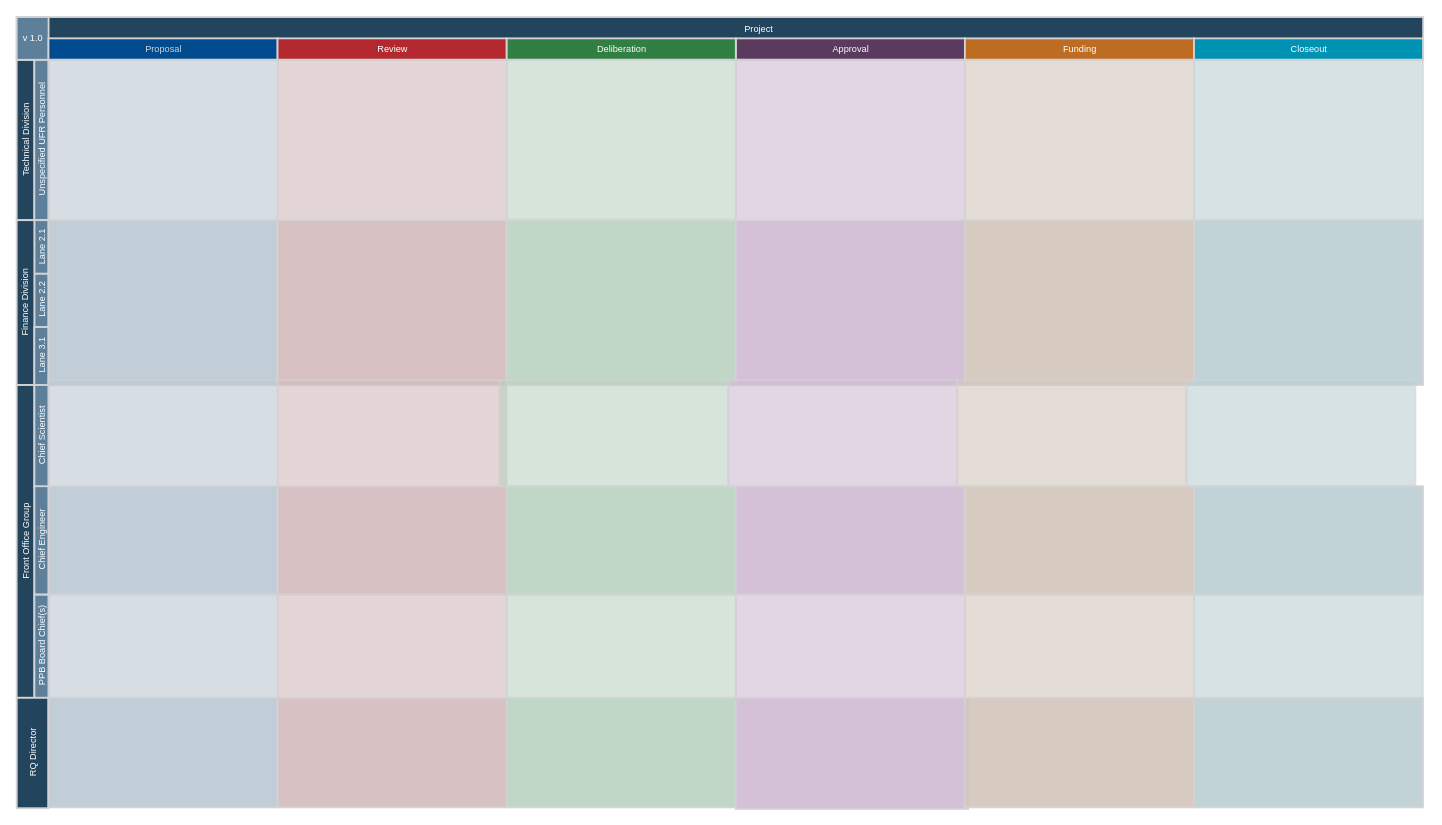
The draw.io diagram drawio/UFR_Process.drawio in mmister411/afrl, before the edit. Source tidied: cells renumbered, new cells numbered last; positions are measured from the earlier drawing's top-left corner, leaving out a move shared by most shapes. Both pictures are drawn from the tidied source at 92%, with x=0, y=0 at pixel (17, 17).
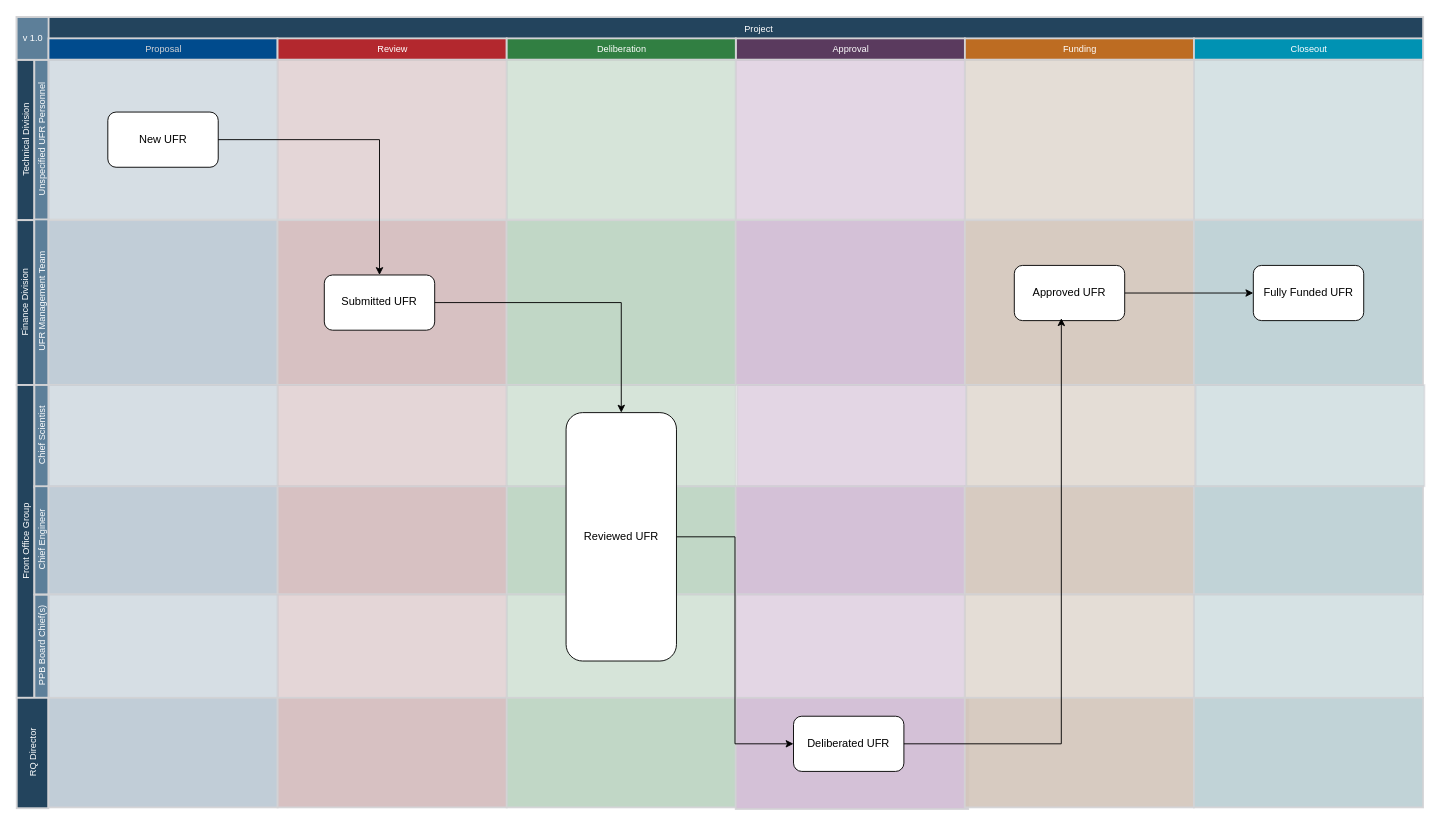
Above is the later version.

The change refers to these unchanged cells:
```xml
<mxCell id="23" style="group;" parent="1" vertex="1">
  <mxGeometry x="34.2" y="46.5" width="1494.2" height="173.5" as="geometry" />
</mxCell>
<mxCell id="30" style="group;" parent="1" vertex="1">
  <mxGeometry x="34.2" y="220.8" width="1494.1" height="179.2" as="geometry" />
</mxCell>
<mxCell id="58" style="group;" parent="1" vertex="1">
  <mxGeometry x="34.3" y="740" width="1494" height="120.9" as="geometry" />
</mxCell>
```

Change to the diagram source:
```diff
@@
-    <mxCell id="6" value="Lane 2.2" style="strokeColor=#d3d3d5;fillColor=#5d7f99;fontSize=10;strokeWidth=2;horizontal=0;fontFamily=Helvetica;html=1;labelBackgroundColor=none;fontColor=#FFFFFF;" parent="1" vertex="1">
-      <mxGeometry x="18.8" y="278.9" width="15.4" height="58.1" as="geometry" />
-    </mxCell>
-    <mxCell id="7" value="Lane 2.1" style="strokeColor=#d3d3d5;fillColor=#5d7f99;fontSize=10;strokeWidth=2;horizontal=0;fontFamily=Helvetica;html=1;labelBackgroundColor=none;fontColor=#FFFFFF;" parent="1" vertex="1">
-      <mxGeometry x="18.8" y="220.8" width="15.4" height="58.1" as="geometry" />
-    </mxCell>
@@
-    <mxCell id="9" value="Lane 3.1" style="strokeColor=#d3d3d5;fillColor=#5d7f99;fontSize=10;strokeWidth=2;horizontal=0;fontFamily=Helvetica;html=1;labelBackgroundColor=none;fontColor=#FFFFFF;" parent="1" vertex="1">
-      <mxGeometry x="18.8" y="337" width="15.4" height="63" as="geometry" />
+    <mxCell id="9" value="UFR Management Team" style="strokeColor=#d3d3d5;fillColor=#5d7f99;fontSize=10;strokeWidth=2;horizontal=0;fontFamily=Helvetica;html=1;labelBackgroundColor=none;fontColor=#FFFFFF;" parent="1" vertex="1">
+      <mxGeometry x="18.8" y="220" width="15.4" height="180" as="geometry" />
     </mxCell>
@@
+    <mxCell id="65" value="New UFR" style="rounded=1;whiteSpace=wrap;html=1;" parent="23" vertex="1">
+      <mxGeometry x="64.5" y="56.8" width="120" height="60" as="geometry" />
+    </mxCell>
@@
-    <mxCell id="37" style="group;" parent="1" vertex="1">
-      <mxGeometry x="34.2" y="395.1" width="1485.8" height="114.9" as="geometry" />
-    </mxCell>
-    <mxCell id="38" style="strokeColor=#d3d3d5;fillColor=#bbc8d3;fontSize=10;strokeWidth=2;fontFamily=Helvetica;html=1;opacity=60;" parent="37" vertex="1">
-      <mxGeometry width="249" height="114.9" as="geometry" />
-    </mxCell>
-    <mxCell id="39" style="strokeColor=#d3d3d5;fillColor=#d3bbbc;fontSize=10;strokeWidth=2;fontFamily=Helvetica;html=1;opacity=60;fontStyle=4;" parent="37" vertex="1">
-      <mxGeometry x="249" width="249" height="114.9" as="geometry" />
-    </mxCell>
-    <mxCell id="40" style="strokeColor=#d3d3d5;fillColor=#bbd3c0;fontSize=10;strokeWidth=2;fontFamily=Helvetica;html=1;opacity=60;fontStyle=4;" parent="37" vertex="1">
-      <mxGeometry x="489.8" width="249" height="114.9" as="geometry" />
-    </mxCell>
-    <mxCell id="41" style="strokeColor=#d3d3d5;fillColor=#d0bbd3;fontSize=10;strokeWidth=2;fontFamily=Helvetica;html=1;opacity=60;" parent="37" vertex="1">
-      <mxGeometry x="738.8" width="249" height="114.9" as="geometry" />
-    </mxCell>
-    <mxCell id="42" style="strokeColor=#d3d3d5;fillColor=#d3c6bb;fontSize=10;strokeWidth=2;fontFamily=Helvetica;html=1;opacity=60;fontStyle=4;" parent="37" vertex="1">
-      <mxGeometry x="987.8" width="249" height="114.9" as="geometry" />
-    </mxCell>
-    <mxCell id="43" style="strokeColor=#d3d3d5;fillColor=#bbcfd3;fontSize=10;strokeWidth=2;fontFamily=Helvetica;html=1;opacity=60;fontStyle=4;" parent="37" vertex="1">
-      <mxGeometry x="1236.8" width="249" height="114.9" as="geometry" />
-    </mxCell>
+    <mxCell id="66" value="Submitted UFR" style="rounded=1;whiteSpace=wrap;html=1;" parent="30" vertex="1">
+      <mxGeometry x="299.8" y="59.6" width="120" height="60" as="geometry" />
+    </mxCell>
+    <mxCell id="67" style="edgeStyle=orthogonalEdgeStyle;rounded=0;jettySize=auto;html=1;exitX=1;exitY=0.5;exitDx=0;exitDy=0;" parent="30" edge="1" source="68" target="69">
+      <mxGeometry relative="1" as="geometry" />
+    </mxCell>
+    <mxCell id="68" value="Approved UFR" style="rounded=1;whiteSpace=wrap;html=1;" parent="30" vertex="1">
+      <mxGeometry x="1049.8" y="49.2" width="120" height="60" as="geometry" />
+    </mxCell>
+    <mxCell id="69" value="Fully Funded UFR" style="rounded=1;whiteSpace=wrap;html=1;" parent="30" vertex="1">
+      <mxGeometry x="1309.6" y="49.2" width="120" height="60" as="geometry" />
+    </mxCell>
@@
+    <mxCell id="70" value="Deliberated UFR" style="rounded=1;whiteSpace=wrap;html=1;" parent="58" vertex="1">
+      <mxGeometry x="809.7" y="20" width="120" height="60" as="geometry" />
+    </mxCell>
+    <mxCell id="38" style="strokeColor=#d3d3d5;fillColor=#bbc8d3;fontSize=10;strokeWidth=2;fontFamily=Helvetica;html=1;opacity=60;" parent="1" vertex="1">
+      <mxGeometry x="34.3" y="400" width="249" height="110" as="geometry" />
+    </mxCell>
+    <mxCell id="39" style="strokeColor=#d3d3d5;fillColor=#d3bbbc;fontSize=10;strokeWidth=2;fontFamily=Helvetica;html=1;opacity=60;fontStyle=4;" parent="1" vertex="1">
+      <mxGeometry x="283.2" y="400" width="249" height="110" as="geometry" />
+    </mxCell>
+    <mxCell id="40" style="strokeColor=#d3d3d5;fillColor=#bbd3c0;fontSize=10;strokeWidth=2;fontFamily=Helvetica;html=1;opacity=60;fontStyle=4;" parent="1" vertex="1">
+      <mxGeometry x="532.2" y="400" width="249" height="110" as="geometry" />
+    </mxCell>
+    <mxCell id="41" style="strokeColor=#d3d3d5;fillColor=#d0bbd3;fontSize=10;strokeWidth=2;fontFamily=Helvetica;html=1;opacity=60;" parent="1" vertex="1">
+      <mxGeometry x="782.8" y="400" width="249" height="110" as="geometry" />
+    </mxCell>
+    <mxCell id="42" style="strokeColor=#d3d3d5;fillColor=#d3c6bb;fontSize=10;strokeWidth=2;fontFamily=Helvetica;html=1;opacity=60;fontStyle=4;" parent="1" vertex="1">
+      <mxGeometry x="1031.8" y="400" width="249" height="110" as="geometry" />
+    </mxCell>
+    <mxCell id="43" style="strokeColor=#d3d3d5;fillColor=#bbcfd3;fontSize=10;strokeWidth=2;fontFamily=Helvetica;html=1;opacity=60;fontStyle=4;" parent="1" vertex="1">
+      <mxGeometry x="1280.8" y="400" width="249" height="110" as="geometry" />
+    </mxCell>
+    <mxCell id="71" style="edgeStyle=orthogonalEdgeStyle;rounded=0;jettySize=auto;html=1;exitX=1;exitY=0.5;exitDx=0;exitDy=0;entryX=0;entryY=0.5;entryDx=0;entryDy=0;" parent="1" edge="1" source="72" target="70">
+      <mxGeometry relative="1" as="geometry" />
+    </mxCell>
+    <mxCell id="72" value="Reviewed UFR" style="rounded=1;whiteSpace=wrap;html=1;" parent="1" vertex="1">
+      <mxGeometry x="596.8" y="430" width="120" height="270" as="geometry" />
+    </mxCell>
+    <mxCell id="73" style="edgeStyle=orthogonalEdgeStyle;rounded=0;jettySize=auto;html=1;" parent="1" edge="1" source="65" target="66">
+      <mxGeometry relative="1" as="geometry" />
+    </mxCell>
+    <mxCell id="74" style="edgeStyle=orthogonalEdgeStyle;rounded=0;jettySize=auto;html=1;exitX=1;exitY=0.5;exitDx=0;exitDy=0;" parent="1" edge="1" source="66" target="72">
+      <mxGeometry relative="1" as="geometry" />
+    </mxCell>
+    <mxCell id="75" style="edgeStyle=orthogonalEdgeStyle;rounded=0;jettySize=auto;html=1;exitX=1;exitY=0.5;exitDx=0;exitDy=0;entryX=0.426;entryY=0.956;entryDx=0;entryDy=0;entryPerimeter=0;" parent="1" edge="1" source="70" target="68">
+      <mxGeometry relative="1" as="geometry" />
+    </mxCell>
```
